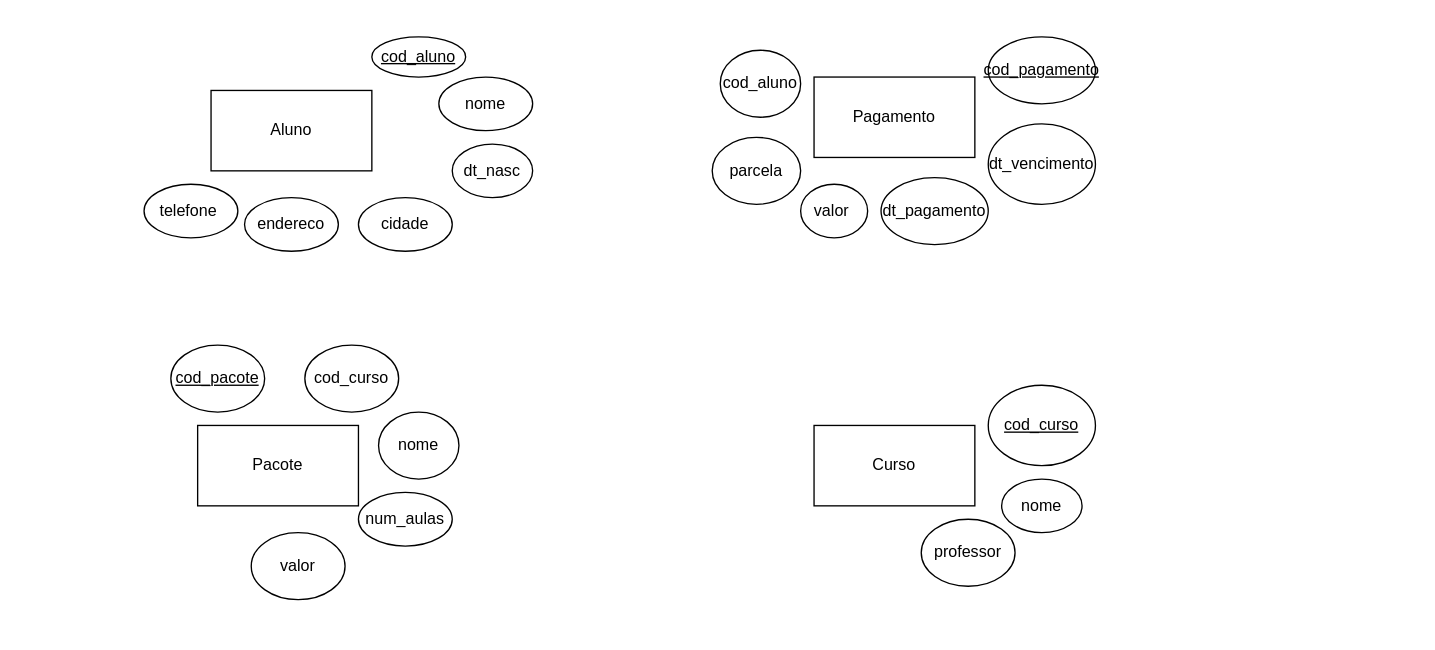
Before: modelo_relacional.drawio in taokya/aula_BD, a draw.io diagram. Source tidied: cells renumbered, new cells numbered last; positions are measured from the earlier drawing's top-left corner, leaving out a move shared by most shapes. Both pictures are drawn from the tidied source at 134%, with x=0, y=0 at pixel (143, 36).
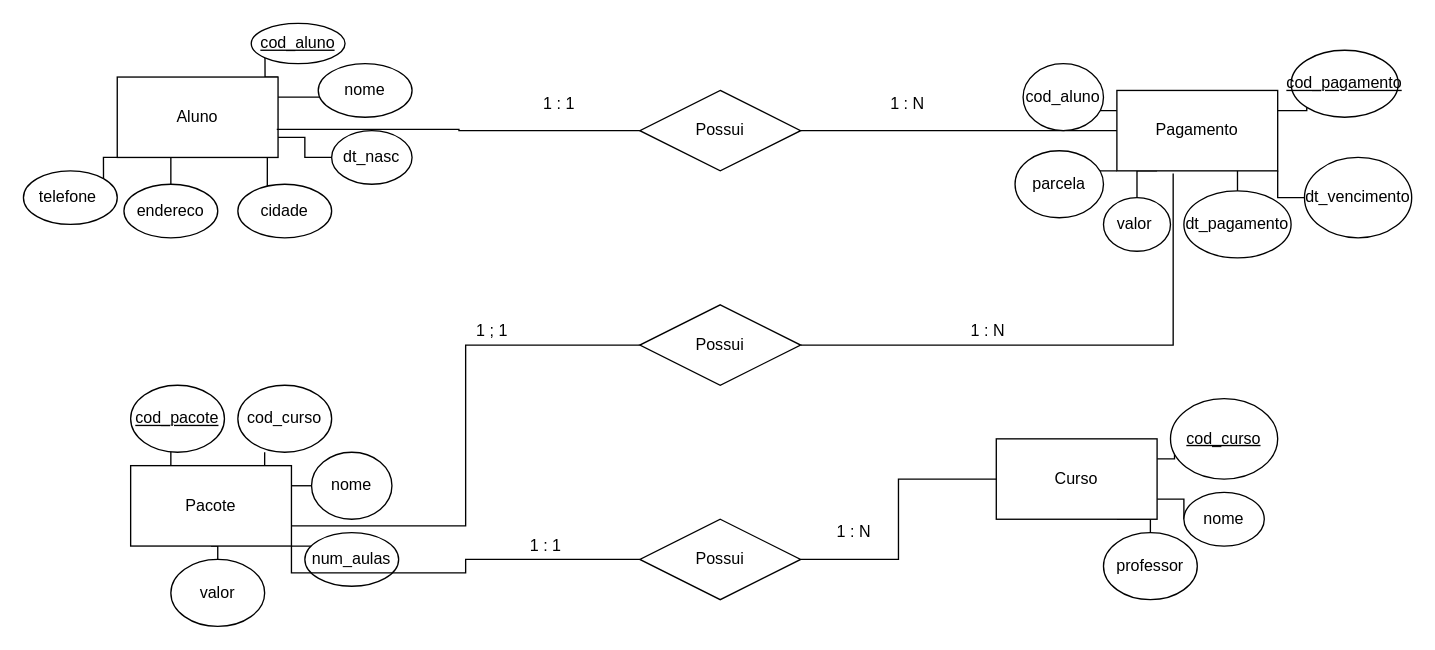
The same diagram, later.

Commit message:
Criados os relacionamentos e as cardinalidades.drawio

Diff of the diagram source:
```diff
@@
+    <mxCell id="26" style="edgeStyle=orthogonalEdgeStyle;rounded=0;jettySize=auto;html=1;exitX=1;exitY=0;exitDx=0;exitDy=0;entryX=0;entryY=1;entryDx=0;entryDy=0;endArrow=none;endFill=0;" parent="1" edge="1" source="2" target="6">
+      <mxGeometry relative="1" as="geometry" />
+    </mxCell>
+    <mxCell id="27" style="edgeStyle=orthogonalEdgeStyle;rounded=0;jettySize=auto;html=1;exitX=1;exitY=0.25;exitDx=0;exitDy=0;entryX=0.143;entryY=0.625;entryDx=0;entryDy=0;entryPerimeter=0;endArrow=none;endFill=0;" parent="1" edge="1" source="2" target="7">
+      <mxGeometry relative="1" as="geometry" />
+    </mxCell>
+    <mxCell id="28" style="edgeStyle=orthogonalEdgeStyle;rounded=0;jettySize=auto;html=1;exitX=1;exitY=0.75;exitDx=0;exitDy=0;endArrow=none;endFill=0;" parent="1" edge="1" source="2" target="8">
+      <mxGeometry relative="1" as="geometry" />
+    </mxCell>
+    <mxCell id="29" style="edgeStyle=orthogonalEdgeStyle;rounded=0;jettySize=auto;html=1;exitX=1;exitY=1;exitDx=0;exitDy=0;entryX=0.314;entryY=0.05;entryDx=0;entryDy=0;entryPerimeter=0;endArrow=none;endFill=0;" parent="1" edge="1" source="2" target="11">
+      <mxGeometry relative="1" as="geometry" />
+    </mxCell>
+    <mxCell id="30" style="edgeStyle=orthogonalEdgeStyle;rounded=0;jettySize=auto;html=1;exitX=0.5;exitY=1;exitDx=0;exitDy=0;entryX=0.5;entryY=0;entryDx=0;entryDy=0;endArrow=none;endFill=0;" parent="1" edge="1" source="2" target="10">
+      <mxGeometry relative="1" as="geometry" />
+    </mxCell>
+    <mxCell id="31" style="edgeStyle=orthogonalEdgeStyle;rounded=0;jettySize=auto;html=1;exitX=0;exitY=1;exitDx=0;exitDy=0;entryX=1;entryY=0;entryDx=0;entryDy=0;endArrow=none;endFill=0;" parent="1" edge="1" source="2" target="9">
+      <mxGeometry relative="1" as="geometry" />
+    </mxCell>
     <mxCell id="2" value="Aluno" style="rounded=0;whiteSpace=wrap;html=1;" parent="1" vertex="1">
-      <mxGeometry x="50" y="40" width="120" height="60" as="geometry" />
+      <mxGeometry x="-20" y="30" width="120" height="60" as="geometry" />
     </mxCell>
+    <mxCell id="32" style="edgeStyle=orthogonalEdgeStyle;rounded=0;jettySize=auto;html=1;exitX=1;exitY=0.25;exitDx=0;exitDy=0;entryX=0.038;entryY=0.667;entryDx=0;entryDy=0;entryPerimeter=0;endArrow=none;endFill=0;" parent="1" edge="1" source="3" target="25">
+      <mxGeometry relative="1" as="geometry" />
+    </mxCell>
+    <mxCell id="33" style="edgeStyle=orthogonalEdgeStyle;rounded=0;jettySize=auto;html=1;exitX=1;exitY=0.75;exitDx=0;exitDy=0;endArrow=none;endFill=0;" parent="1" edge="1" source="3" target="24">
+      <mxGeometry relative="1" as="geometry" />
+    </mxCell>
+    <mxCell id="34" style="edgeStyle=orthogonalEdgeStyle;rounded=0;jettySize=auto;html=1;exitX=0.75;exitY=1;exitDx=0;exitDy=0;entryX=0.5;entryY=0;entryDx=0;entryDy=0;endArrow=none;endFill=0;" parent="1" edge="1" source="3" target="23">
+      <mxGeometry relative="1" as="geometry" />
+    </mxCell>
     <mxCell id="3" value="Curso" style="rounded=0;whiteSpace=wrap;html=1;" parent="1" vertex="1">
-      <mxGeometry x="500" y="290" width="120" height="60" as="geometry" />
+      <mxGeometry x="636" y="300" width="120" height="60" as="geometry" />
     </mxCell>
+    <mxCell id="35" style="edgeStyle=orthogonalEdgeStyle;rounded=0;jettySize=auto;html=1;exitX=0.25;exitY=0;exitDx=0;exitDy=0;endArrow=none;endFill=0;" parent="1" edge="1" source="4" target="21">
+      <mxGeometry relative="1" as="geometry" />
+    </mxCell>
+    <mxCell id="36" style="edgeStyle=orthogonalEdgeStyle;rounded=0;jettySize=auto;html=1;exitX=0.75;exitY=0;exitDx=0;exitDy=0;entryX=0.286;entryY=1;entryDx=0;entryDy=0;entryPerimeter=0;endArrow=none;endFill=0;" parent="1" edge="1" source="4" target="20">
+      <mxGeometry relative="1" as="geometry" />
+    </mxCell>
+    <mxCell id="37" style="edgeStyle=orthogonalEdgeStyle;rounded=0;jettySize=auto;html=1;exitX=1;exitY=0.25;exitDx=0;exitDy=0;entryX=0;entryY=0.5;entryDx=0;entryDy=0;endArrow=none;endFill=0;" parent="1" edge="1" source="4" target="19">
+      <mxGeometry relative="1" as="geometry" />
+    </mxCell>
+    <mxCell id="38" style="edgeStyle=orthogonalEdgeStyle;rounded=0;jettySize=auto;html=1;exitX=1;exitY=1;exitDx=0;exitDy=0;entryX=0;entryY=0;entryDx=0;entryDy=0;endArrow=none;endFill=0;" parent="1" edge="1" source="4" target="18">
+      <mxGeometry relative="1" as="geometry" />
+    </mxCell>
+    <mxCell id="39" style="edgeStyle=orthogonalEdgeStyle;rounded=0;jettySize=auto;html=1;exitX=0.5;exitY=1;exitDx=0;exitDy=0;entryX=0.5;entryY=0;entryDx=0;entryDy=0;endArrow=none;endFill=0;" parent="1" edge="1" source="4" target="22">
+      <mxGeometry relative="1" as="geometry" />
+    </mxCell>
     <mxCell id="4" value="Pacote" style="rounded=0;whiteSpace=wrap;html=1;" parent="1" vertex="1">
-      <mxGeometry x="40" y="290" width="120" height="60" as="geometry" />
+      <mxGeometry x="-10" y="320" width="120" height="60" as="geometry" />
     </mxCell>
+    <mxCell id="40" style="edgeStyle=orthogonalEdgeStyle;rounded=0;jettySize=auto;html=1;exitX=0;exitY=0.25;exitDx=0;exitDy=0;endArrow=none;endFill=0;" parent="1" edge="1" source="5" target="17">
+      <mxGeometry relative="1" as="geometry" />
+    </mxCell>
+    <mxCell id="41" style="edgeStyle=orthogonalEdgeStyle;rounded=0;jettySize=auto;html=1;exitX=0;exitY=1;exitDx=0;exitDy=0;entryX=1;entryY=0;entryDx=0;entryDy=0;endArrow=none;endFill=0;" parent="1" edge="1" source="5" target="13">
+      <mxGeometry relative="1" as="geometry" />
+    </mxCell>
+    <mxCell id="42" style="edgeStyle=orthogonalEdgeStyle;rounded=0;jettySize=auto;html=1;exitX=0.25;exitY=1;exitDx=0;exitDy=0;entryX=0.5;entryY=0;entryDx=0;entryDy=0;endArrow=none;endFill=0;" parent="1" edge="1" source="5" target="12">
+      <mxGeometry relative="1" as="geometry" />
+    </mxCell>
+    <mxCell id="43" style="edgeStyle=orthogonalEdgeStyle;rounded=0;jettySize=auto;html=1;exitX=0.75;exitY=1;exitDx=0;exitDy=0;entryX=0.5;entryY=0;entryDx=0;entryDy=0;endArrow=none;endFill=0;" parent="1" edge="1" source="5" target="15">
+      <mxGeometry relative="1" as="geometry" />
+    </mxCell>
+    <mxCell id="44" style="edgeStyle=orthogonalEdgeStyle;rounded=0;jettySize=auto;html=1;exitX=1;exitY=1;exitDx=0;exitDy=0;endArrow=none;endFill=0;" parent="1" edge="1" source="5" target="16">
+      <mxGeometry relative="1" as="geometry" />
+    </mxCell>
+    <mxCell id="45" style="edgeStyle=orthogonalEdgeStyle;rounded=0;jettySize=auto;html=1;exitX=1;exitY=0.25;exitDx=0;exitDy=0;entryX=0;entryY=1;entryDx=0;entryDy=0;endArrow=none;endFill=0;" parent="1" edge="1" source="5" target="14">
+      <mxGeometry relative="1" as="geometry" />
+    </mxCell>
     <mxCell id="5" value="Pagamento" style="rounded=0;whiteSpace=wrap;html=1;" parent="1" vertex="1">
-      <mxGeometry x="500" y="30" width="120" height="60" as="geometry" />
+      <mxGeometry x="726" y="40" width="120" height="60" as="geometry" />
     </mxCell>
     <mxCell id="6" value="&lt;u&gt;cod_aluno&lt;/u&gt;" style="ellipse;whiteSpace=wrap;html=1;" parent="1" vertex="1">
-      <mxGeometry x="170" width="70" height="30" as="geometry" />
+      <mxGeometry x="80" y="-10" width="70" height="30" as="geometry" />
     </mxCell>
     <mxCell id="7" value="nome" style="ellipse;whiteSpace=wrap;html=1;" parent="1" vertex="1">
-      <mxGeometry x="220" y="30" width="70" height="40" as="geometry" />
+      <mxGeometry x="130" y="20" width="70" height="40" as="geometry" />
     </mxCell>
     <mxCell id="8" value="dt_nasc" style="ellipse;whiteSpace=wrap;html=1;" parent="1" vertex="1">
-      <mxGeometry x="230" y="80" width="60" height="40" as="geometry" />
+      <mxGeometry x="140" y="70" width="60" height="40" as="geometry" />
     </mxCell>
     <mxCell id="9" value="telefone&amp;nbsp;" style="ellipse;whiteSpace=wrap;html=1;" parent="1" vertex="1">
-      <mxGeometry y="110" width="70" height="40" as="geometry" />
+      <mxGeometry x="-90" y="100" width="70" height="40" as="geometry" />
     </mxCell>
     <mxCell id="10" value="endereco" style="ellipse;whiteSpace=wrap;html=1;" parent="1" vertex="1">
-      <mxGeometry x="75" y="120" width="70" height="40" as="geometry" />
+      <mxGeometry x="-15" y="110" width="70" height="40" as="geometry" />
     </mxCell>
     <mxCell id="11" value="cidade" style="ellipse;whiteSpace=wrap;html=1;" parent="1" vertex="1">
-      <mxGeometry x="160" y="120" width="70" height="40" as="geometry" />
+      <mxGeometry x="70" y="110" width="70" height="40" as="geometry" />
     </mxCell>
     <mxCell id="12" value="valor&amp;nbsp;" style="ellipse;whiteSpace=wrap;html=1;" parent="1" vertex="1">
-      <mxGeometry x="490" y="110" width="50" height="40" as="geometry" />
+      <mxGeometry x="716" y="120" width="50" height="40" as="geometry" />
     </mxCell>
     <mxCell id="13" value="parcela" style="ellipse;whiteSpace=wrap;html=1;" parent="1" vertex="1">
-      <mxGeometry x="424" y="75" width="66" height="50" as="geometry" />
+      <mxGeometry x="650" y="85" width="66" height="50" as="geometry" />
     </mxCell>
     <mxCell id="14" value="&lt;u&gt;cod_pagamento&lt;/u&gt;" style="ellipse;whiteSpace=wrap;html=1;" parent="1" vertex="1">
-      <mxGeometry x="630" width="80" height="50" as="geometry" />
+      <mxGeometry x="856" y="10" width="80" height="50" as="geometry" />
     </mxCell>
     <mxCell id="15" value="dt_pagamento" style="ellipse;whiteSpace=wrap;html=1;" parent="1" vertex="1">
-      <mxGeometry x="550" y="105" width="80" height="50" as="geometry" />
+      <mxGeometry x="776" y="115" width="80" height="50" as="geometry" />
     </mxCell>
     <mxCell id="16" value="dt_vencimento" style="ellipse;whiteSpace=wrap;html=1;" parent="1" vertex="1">
-      <mxGeometry x="630" y="65" width="80" height="60" as="geometry" />
+      <mxGeometry x="866" y="90" width="80" height="60" as="geometry" />
     </mxCell>
     <mxCell id="17" value="cod_aluno" style="ellipse;whiteSpace=wrap;html=1;" parent="1" vertex="1">
-      <mxGeometry x="430" y="10" width="60" height="50" as="geometry" />
+      <mxGeometry x="656" y="20" width="60" height="50" as="geometry" />
     </mxCell>
     <mxCell id="18" value="num_aulas" style="ellipse;whiteSpace=wrap;html=1;" parent="1" vertex="1">
-      <mxGeometry x="160" y="340" width="70" height="40" as="geometry" />
+      <mxGeometry x="120" y="370" width="70" height="40" as="geometry" />
     </mxCell>
     <mxCell id="19" value="nome" style="ellipse;whiteSpace=wrap;html=1;" parent="1" vertex="1">
-      <mxGeometry x="175" y="280" width="60" height="50" as="geometry" />
+      <mxGeometry x="125" y="310" width="60" height="50" as="geometry" />
     </mxCell>
     <mxCell id="20" value="cod_curso" style="ellipse;whiteSpace=wrap;html=1;" parent="1" vertex="1">
-      <mxGeometry x="120" y="230" width="70" height="50" as="geometry" />
+      <mxGeometry x="70" y="260" width="70" height="50" as="geometry" />
     </mxCell>
     <mxCell id="21" value="&lt;u&gt;cod_pacote&lt;/u&gt;" style="ellipse;whiteSpace=wrap;html=1;" parent="1" vertex="1">
-      <mxGeometry x="20" y="230" width="70" height="50" as="geometry" />
+      <mxGeometry x="-10" y="260" width="70" height="50" as="geometry" />
     </mxCell>
     <mxCell id="22" value="valor" style="ellipse;whiteSpace=wrap;html=1;" parent="1" vertex="1">
-      <mxGeometry x="80" y="370" width="70" height="50" as="geometry" />
+      <mxGeometry x="20" y="390" width="70" height="50" as="geometry" />
     </mxCell>
     <mxCell id="23" value="professor" style="ellipse;whiteSpace=wrap;html=1;" parent="1" vertex="1">
-      <mxGeometry x="580" y="360" width="70" height="50" as="geometry" />
+      <mxGeometry x="716" y="370" width="70" height="50" as="geometry" />
     </mxCell>
     <mxCell id="24" value="nome" style="ellipse;whiteSpace=wrap;html=1;" parent="1" vertex="1">
-      <mxGeometry x="640" y="330" width="60" height="40" as="geometry" />
+      <mxGeometry x="776" y="340" width="60" height="40" as="geometry" />
     </mxCell>
     <mxCell id="25" value="&lt;u&gt;cod_curso&lt;/u&gt;" style="ellipse;whiteSpace=wrap;html=1;" parent="1" vertex="1">
-      <mxGeometry x="630" y="260" width="80" height="60" as="geometry" />
+      <mxGeometry x="766" y="270" width="80" height="60" as="geometry" />
     </mxCell>
+    <mxCell id="46" style="edgeStyle=orthogonalEdgeStyle;rounded=0;jettySize=auto;html=1;exitX=0;exitY=0.5;exitDx=0;exitDy=0;entryX=0.992;entryY=0.65;entryDx=0;entryDy=0;entryPerimeter=0;endArrow=none;endFill=0;" parent="1" edge="1" source="48" target="2">
+      <mxGeometry relative="1" as="geometry" />
+    </mxCell>
+    <mxCell id="47" style="edgeStyle=orthogonalEdgeStyle;rounded=0;jettySize=auto;html=1;exitX=1;exitY=0.5;exitDx=0;exitDy=0;endArrow=none;endFill=0;" parent="1" edge="1" source="48" target="5">
+      <mxGeometry relative="1" as="geometry" />
+    </mxCell>
+    <mxCell id="48" value="Possui" style="shape=rhombus;perimeter=rhombusPerimeter;whiteSpace=wrap;html=1;align=center;" parent="1" vertex="1">
+      <mxGeometry x="370" y="40" width="120" height="60" as="geometry" />
+    </mxCell>
+    <mxCell id="49" value="1 : 1" style="text;html=1;strokeColor=none;fillColor=none;align=center;verticalAlign=middle;whiteSpace=wrap;rounded=0;" parent="1" vertex="1">
+      <mxGeometry x="290" y="40" width="40" height="20" as="geometry" />
+    </mxCell>
+    <mxCell id="50" value="1 : N" style="text;html=1;strokeColor=none;fillColor=none;align=center;verticalAlign=middle;whiteSpace=wrap;rounded=0;" parent="1" vertex="1">
+      <mxGeometry x="550" y="40" width="40" height="20" as="geometry" />
+    </mxCell>
+    <mxCell id="51" style="edgeStyle=orthogonalEdgeStyle;rounded=0;jettySize=auto;html=1;exitX=1;exitY=0.5;exitDx=0;exitDy=0;entryX=0.35;entryY=1.033;entryDx=0;entryDy=0;entryPerimeter=0;endArrow=none;endFill=0;" parent="1" edge="1" source="53" target="5">
+      <mxGeometry relative="1" as="geometry" />
+    </mxCell>
+    <mxCell id="52" style="edgeStyle=orthogonalEdgeStyle;rounded=0;jettySize=auto;html=1;exitX=0;exitY=0.5;exitDx=0;exitDy=0;entryX=1;entryY=0.75;entryDx=0;entryDy=0;endArrow=none;endFill=0;" parent="1" edge="1" source="53" target="4">
+      <mxGeometry relative="1" as="geometry" />
+    </mxCell>
+    <mxCell id="53" value="Possui" style="shape=rhombus;perimeter=rhombusPerimeter;whiteSpace=wrap;html=1;align=center;" parent="1" vertex="1">
+      <mxGeometry x="370" y="200" width="120" height="60" as="geometry" />
+    </mxCell>
+    <mxCell id="54" value="1 : N" style="text;html=1;strokeColor=none;fillColor=none;align=center;verticalAlign=middle;whiteSpace=wrap;rounded=0;" parent="1" vertex="1">
+      <mxGeometry x="610" y="210" width="40" height="20" as="geometry" />
+    </mxCell>
+    <mxCell id="55" value="1 ; 1" style="text;html=1;strokeColor=none;fillColor=none;align=center;verticalAlign=middle;whiteSpace=wrap;rounded=0;" parent="1" vertex="1">
+      <mxGeometry x="240" y="210" width="40" height="20" as="geometry" />
+    </mxCell>
+    <mxCell id="56" style="edgeStyle=orthogonalEdgeStyle;rounded=0;jettySize=auto;html=1;exitX=1;exitY=0.5;exitDx=0;exitDy=0;endArrow=none;endFill=0;" parent="1" edge="1" source="58" target="3">
+      <mxGeometry relative="1" as="geometry" />
+    </mxCell>
+    <mxCell id="57" style="edgeStyle=orthogonalEdgeStyle;rounded=0;jettySize=auto;html=1;exitX=0;exitY=0.5;exitDx=0;exitDy=0;entryX=1;entryY=1;entryDx=0;entryDy=0;endArrow=none;endFill=0;" parent="1" edge="1" source="58" target="4">
+      <mxGeometry relative="1" as="geometry" />
+    </mxCell>
+    <mxCell id="58" value="Possui" style="shape=rhombus;perimeter=rhombusPerimeter;whiteSpace=wrap;html=1;align=center;" parent="1" vertex="1">
+      <mxGeometry x="370" y="360" width="120" height="60" as="geometry" />
+    </mxCell>
+    <mxCell id="59" value="1 : N" style="text;html=1;strokeColor=none;fillColor=none;align=center;verticalAlign=middle;whiteSpace=wrap;rounded=0;" parent="1" vertex="1">
+      <mxGeometry x="510" y="360" width="40" height="20" as="geometry" />
+    </mxCell>
+    <mxCell id="60" value="1 : 1" style="text;html=1;strokeColor=none;fillColor=none;align=center;verticalAlign=middle;whiteSpace=wrap;rounded=0;" parent="1" vertex="1">
+      <mxGeometry x="280" y="370" width="40" height="20" as="geometry" />
+    </mxCell>
```
